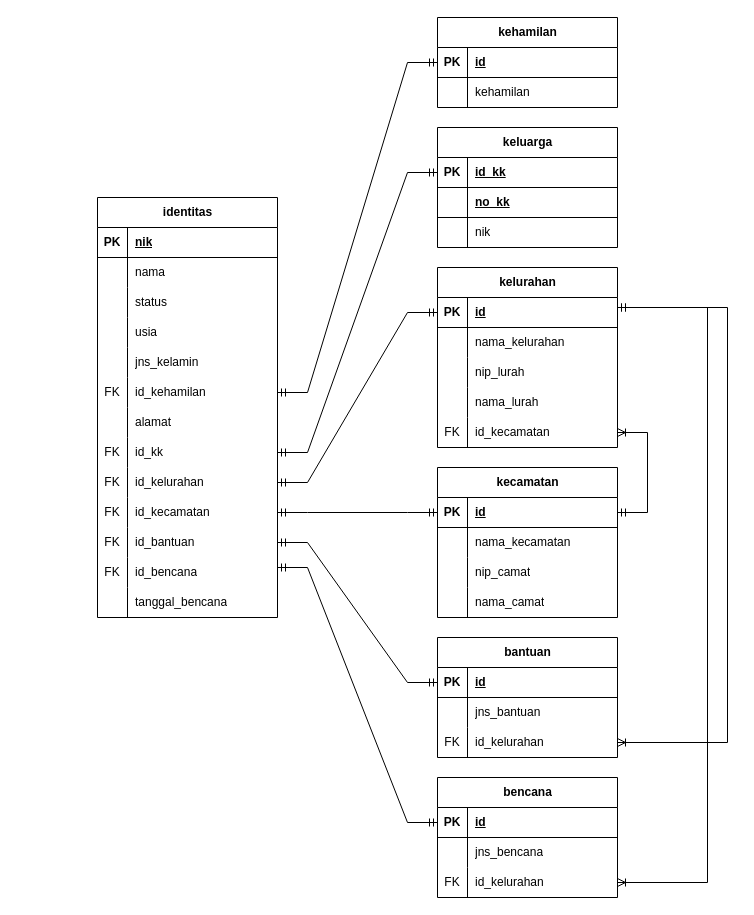
The draw.io diagram Dokumen Dasar/ERD.drawio in febrizuladhari/SuratBencana_TAGANA-Linjamsos-DinasSosial-MSIB6, before the edit. Source tidied: cells renumbered, new cells numbered last; positions are measured from the earlier drawing's top-left corner, leaving out a move shared by most shapes. Both pictures are drawn from the tidied source at 100%, with x=0, y=0 at pixel (97, 17).
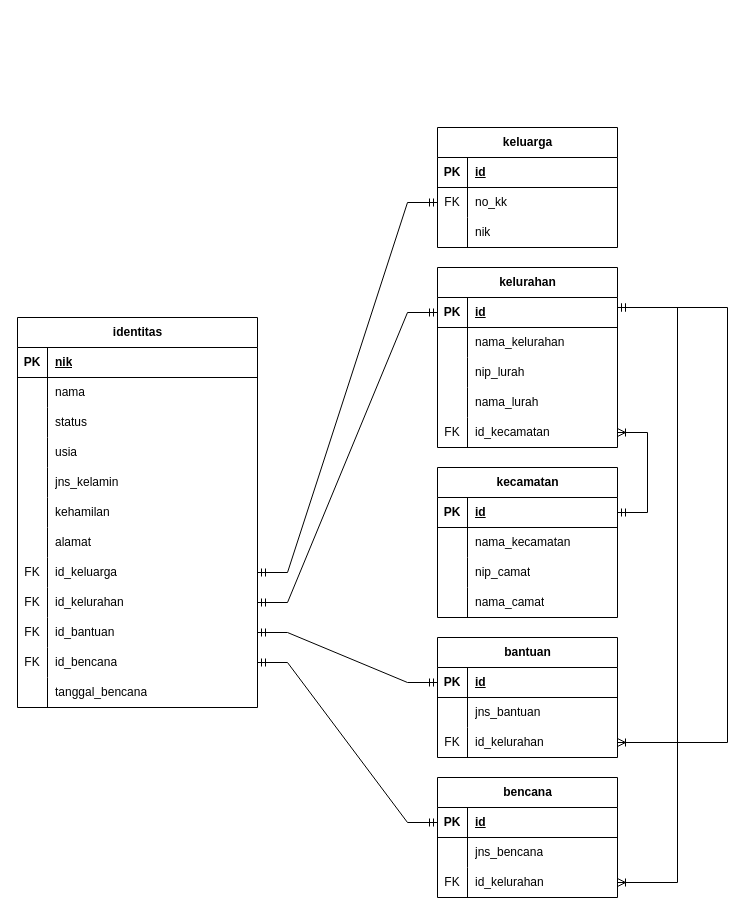
Above is the later version.

Unchanged cells that the change refers to:
```xml
<mxCell id="66" style="shape=tableRow;horizontal=0;startSize=0;swimlaneHead=0;swimlaneBody=0;fillColor=none;points=[[0,0.5],[1,0.5]];portConstraint=eastwest;top=0;left=0;right=0;bottom=1;" parent="65" vertex="1">
  <mxGeometry y="30" width="180" height="30" as="geometry" />
</mxCell>
<mxCell id="94" value="keluarga" style="shape=table;startSize=30;childLayout=tableLayout;rowLines=0;fontStyle=1;align=center;html=1;" parent="1" vertex="1">
  <mxGeometry x="340" y="110" width="180" height="120" as="geometry" />
</mxCell>
<mxCell id="95" style="shape=tableRow;horizontal=0;startSize=0;swimlaneHead=0;swimlaneBody=0;fillColor=none;points=[[0,0.5],[1,0.5]];portConstraint=eastwest;top=0;left=0;right=0;bottom=1;" parent="94" vertex="1">
  <mxGeometry y="30" width="180" height="30" as="geometry" />
</mxCell>
<mxCell id="105" value="bencana" style="shape=table;startSize=30;childLayout=tableLayout;rowLines=0;fontStyle=1;align=center;html=1;" parent="1" vertex="1">
  <mxGeometry x="340" y="760" width="180" height="120" as="geometry" />
</mxCell>
<mxCell id="106" style="shape=tableRow;horizontal=0;startSize=0;swimlaneHead=0;swimlaneBody=0;fillColor=none;points=[[0,0.5],[1,0.5]];portConstraint=eastwest;top=0;left=0;right=0;bottom=1;" parent="105" vertex="1">
  <mxGeometry y="30" width="180" height="30" as="geometry" />
</mxCell>
```

Diff of the diagram source:
```diff
@@
     <mxCell id="2" value="identitas" style="shape=table;startSize=30;childLayout=tableLayout;rowLines=0;fontStyle=1;align=center;html=1;" parent="1" vertex="1">
-      <mxGeometry y="180" width="180" height="420" as="geometry" />
+      <mxGeometry x="-80" y="300" width="240" height="390" as="geometry" />
     </mxCell>
     <mxCell id="3" style="shape=tableRow;horizontal=0;startSize=0;swimlaneHead=0;swimlaneBody=0;fillColor=none;top=0;left=0;right=0;bottom=1;" parent="2" vertex="1">
-      <mxGeometry y="30" width="180" height="30" as="geometry" />
+      <mxGeometry y="30" width="240" height="30" as="geometry" />
     </mxCell>
@@
     <mxCell id="5" value="nik" style="shape=partialRectangle;fillColor=none;top=0;left=0;bottom=0;right=0;align=left;spacingLeft=6;fontStyle=5;overflow=hidden;whiteSpace=wrap;html=1;" parent="3" vertex="1">
-      <mxGeometry x="30" width="150" height="30" as="geometry" />
+      <mxGeometry x="30" width="210" height="30" as="geometry" />
     </mxCell>
     <mxCell id="6" style="shape=tableRow;horizontal=0;startSize=0;swimlaneHead=0;swimlaneBody=0;fillColor=none;top=0;left=0;right=0;bottom=0;" parent="2" vertex="1">
-      <mxGeometry y="60" width="180" height="30" as="geometry" />
+      <mxGeometry y="60" width="240" height="30" as="geometry" />
     </mxCell>
@@
     <mxCell id="8" value="nama" style="shape=partialRectangle;fillColor=none;top=0;left=0;bottom=0;right=0;align=left;spacingLeft=6;overflow=hidden;whiteSpace=wrap;html=1;" parent="6" vertex="1">
-      <mxGeometry x="30" width="150" height="30" as="geometry" />
+      <mxGeometry x="30" width="210" height="30" as="geometry" />
     </mxCell>
     <mxCell id="9" style="shape=tableRow;horizontal=0;startSize=0;swimlaneHead=0;swimlaneBody=0;fillColor=none;top=0;left=0;right=0;bottom=0;" parent="2" vertex="1">
-      <mxGeometry y="90" width="180" height="30" as="geometry" />
+      <mxGeometry y="90" width="240" height="30" as="geometry" />
     </mxCell>
@@
     <mxCell id="11" value="status" style="shape=partialRectangle;fillColor=none;top=0;left=0;bottom=0;right=0;align=left;spacingLeft=6;overflow=hidden;whiteSpace=wrap;html=1;" parent="9" vertex="1">
-      <mxGeometry x="30" width="150" height="30" as="geometry" />
+      <mxGeometry x="30" width="210" height="30" as="geometry" />
     </mxCell>
     <mxCell id="12" style="shape=tableRow;horizontal=0;startSize=0;swimlaneHead=0;swimlaneBody=0;fillColor=none;top=0;left=0;right=0;bottom=0;" parent="2" vertex="1">
-      <mxGeometry y="120" width="180" height="30" as="geometry" />
+      <mxGeometry y="120" width="240" height="30" as="geometry" />
     </mxCell>
@@
     <mxCell id="14" value="usia" style="shape=partialRectangle;fillColor=none;top=0;left=0;bottom=0;right=0;align=left;spacingLeft=6;overflow=hidden;whiteSpace=wrap;html=1;" parent="12" vertex="1">
-      <mxGeometry x="30" width="150" height="30" as="geometry" />
+      <mxGeometry x="30" width="210" height="30" as="geometry" />
     </mxCell>
     <mxCell id="15" style="shape=tableRow;horizontal=0;startSize=0;swimlaneHead=0;swimlaneBody=0;fillColor=none;top=0;left=0;right=0;bottom=0;" parent="2" vertex="1">
-      <mxGeometry y="150" width="180" height="30" as="geometry" />
+      <mxGeometry y="150" width="240" height="30" as="geometry" />
     </mxCell>
@@
     <mxCell id="17" value="jns_kelamin" style="shape=partialRectangle;fillColor=none;top=0;left=0;bottom=0;right=0;align=left;spacingLeft=6;overflow=hidden;whiteSpace=wrap;html=1;" parent="15" vertex="1">
-      <mxGeometry x="30" width="150" height="30" as="geometry" />
+      <mxGeometry x="30" width="210" height="30" as="geometry" />
     </mxCell>
     <mxCell id="18" style="shape=tableRow;horizontal=0;startSize=0;swimlaneHead=0;swimlaneBody=0;fillColor=none;points=[[0,0.5],[1,0.5]];portConstraint=eastwest;top=0;left=0;right=0;bottom=0;" parent="2" vertex="1">
-      <mxGeometry y="180" width="180" height="30" as="geometry" />
+      <mxGeometry y="180" width="240" height="30" as="geometry" />
     </mxCell>
-    <mxCell id="19" value="FK" style="shape=partialRectangle;fillColor=none;top=0;left=0;bottom=0;right=0;overflow=hidden;whiteSpace=wrap;html=1;" parent="18" vertex="1">
+    <mxCell id="19" style="shape=partialRectangle;fillColor=none;top=0;left=0;bottom=0;right=0;overflow=hidden;whiteSpace=wrap;html=1;" parent="18" vertex="1">
       <mxGeometry width="30" height="30" as="geometry" />
     </mxCell>
-    <mxCell id="20" value="id_kehamilan" style="shape=partialRectangle;fillColor=none;top=0;left=0;bottom=0;right=0;align=left;spacingLeft=6;overflow=hidden;whiteSpace=wrap;html=1;" parent="18" vertex="1">
-      <mxGeometry x="30" width="150" height="30" as="geometry" />
+    <mxCell id="20" value="kehamilan" style="shape=partialRectangle;fillColor=none;top=0;left=0;bottom=0;right=0;align=left;spacingLeft=6;overflow=hidden;whiteSpace=wrap;html=1;" parent="18" vertex="1">
+      <mxGeometry x="30" width="210" height="30" as="geometry" />
     </mxCell>
     <mxCell id="21" style="shape=tableRow;horizontal=0;startSize=0;swimlaneHead=0;swimlaneBody=0;fillColor=none;top=0;left=0;right=0;bottom=0;" parent="2" vertex="1">
-      <mxGeometry y="210" width="180" height="30" as="geometry" />
+      <mxGeometry y="210" width="240" height="30" as="geometry" />
     </mxCell>
@@
     <mxCell id="23" value="alamat" style="shape=partialRectangle;fillColor=none;top=0;left=0;bottom=0;right=0;align=left;spacingLeft=6;overflow=hidden;whiteSpace=wrap;html=1;" parent="21" vertex="1">
-      <mxGeometry x="30" width="150" height="30" as="geometry" />
+      <mxGeometry x="30" width="210" height="30" as="geometry" />
     </mxCell>
     <mxCell id="24" style="shape=tableRow;horizontal=0;startSize=0;swimlaneHead=0;swimlaneBody=0;fillColor=none;points=[[0,0.5],[1,0.5]];portConstraint=eastwest;top=0;left=0;right=0;bottom=0;" parent="2" vertex="1">
-      <mxGeometry y="240" width="180" height="30" as="geometry" />
+      <mxGeometry y="240" width="240" height="30" as="geometry" />
     </mxCell>
@@
-    <mxCell id="26" value="id_kk" style="shape=partialRectangle;fillColor=none;top=0;left=0;bottom=0;right=0;align=left;spacingLeft=6;overflow=hidden;whiteSpace=wrap;html=1;" parent="24" vertex="1">
-      <mxGeometry x="30" width="150" height="30" as="geometry" />
+    <mxCell id="26" value="id_keluarga" style="shape=partialRectangle;fillColor=none;top=0;left=0;bottom=0;right=0;align=left;spacingLeft=6;overflow=hidden;whiteSpace=wrap;html=1;" parent="24" vertex="1">
+      <mxGeometry x="30" width="210" height="30" as="geometry" />
     </mxCell>
     <mxCell id="27" style="shape=tableRow;horizontal=0;startSize=0;swimlaneHead=0;swimlaneBody=0;fillColor=none;points=[[0,0.5],[1,0.5]];portConstraint=eastwest;top=0;left=0;right=0;bottom=0;" parent="2" vertex="1">
-      <mxGeometry y="270" width="180" height="30" as="geometry" />
+      <mxGeometry y="270" width="240" height="30" as="geometry" />
     </mxCell>
@@
     <mxCell id="29" value="id_kelurahan" style="shape=partialRectangle;fillColor=none;top=0;left=0;bottom=0;right=0;align=left;spacingLeft=6;overflow=hidden;whiteSpace=wrap;html=1;" parent="27" vertex="1">
-      <mxGeometry x="30" width="150" height="30" as="geometry" />
+      <mxGeometry x="30" width="210" height="30" as="geometry" />
     </mxCell>
-    <mxCell id="30" style="shape=tableRow;horizontal=0;startSize=0;swimlaneHead=0;swimlaneBody=0;fillColor=none;points=[[0,0.5],[1,0.5]];portConstraint=eastwest;top=0;left=0;right=0;bottom=0;" parent="2" vertex="1">
-      <mxGeometry y="300" width="180" height="30" as="geometry" />
-    </mxCell>
-    <mxCell id="31" value="FK" style="shape=partialRectangle;fillColor=none;top=0;left=0;bottom=0;right=0;overflow=hidden;whiteSpace=wrap;html=1;" parent="30" vertex="1">
-      <mxGeometry width="30" height="30" as="geometry" />
-    </mxCell>
-    <mxCell id="32" value="id_kecamatan" style="shape=partialRectangle;fillColor=none;top=0;left=0;bottom=0;right=0;align=left;spacingLeft=6;overflow=hidden;whiteSpace=wrap;html=1;" parent="30" vertex="1">
-      <mxGeometry x="30" width="150" height="30" as="geometry" />
-    </mxCell>
     <mxCell id="33" style="shape=tableRow;horizontal=0;startSize=0;swimlaneHead=0;swimlaneBody=0;fillColor=none;points=[[0,0.5],[1,0.5]];portConstraint=eastwest;top=0;left=0;right=0;bottom=0;" parent="2" vertex="1">
-      <mxGeometry y="330" width="180" height="30" as="geometry" />
+      <mxGeometry y="300" width="240" height="30" as="geometry" />
     </mxCell>
@@
     <mxCell id="35" value="id_bantuan" style="shape=partialRectangle;fillColor=none;top=0;left=0;bottom=0;right=0;align=left;spacingLeft=6;overflow=hidden;whiteSpace=wrap;html=1;" parent="33" vertex="1">
-      <mxGeometry x="30" width="150" height="30" as="geometry" />
+      <mxGeometry x="30" width="210" height="30" as="geometry" />
     </mxCell>
     <mxCell id="36" style="shape=tableRow;horizontal=0;startSize=0;swimlaneHead=0;swimlaneBody=0;fillColor=none;points=[[0,0.5],[1,0.5]];portConstraint=eastwest;top=0;left=0;right=0;bottom=0;" parent="2" vertex="1">
-      <mxGeometry y="360" width="180" height="30" as="geometry" />
+      <mxGeometry y="330" width="240" height="30" as="geometry" />
     </mxCell>
@@
     <mxCell id="38" value="id_bencana" style="shape=partialRectangle;fillColor=none;top=0;left=0;bottom=0;right=0;align=left;spacingLeft=6;overflow=hidden;whiteSpace=wrap;html=1;" parent="36" vertex="1">
-      <mxGeometry x="30" width="150" height="30" as="geometry" />
+      <mxGeometry x="30" width="210" height="30" as="geometry" />
     </mxCell>
     <mxCell id="39" style="shape=tableRow;horizontal=0;startSize=0;swimlaneHead=0;swimlaneBody=0;fillColor=none;top=0;left=0;right=0;bottom=0;" parent="2" vertex="1">
-      <mxGeometry y="390" width="180" height="30" as="geometry" />
+      <mxGeometry y="360" width="240" height="30" as="geometry" />
     </mxCell>
@@
     <mxCell id="41" value="tanggal_bencana" style="shape=partialRectangle;fillColor=none;top=0;left=0;bottom=0;right=0;align=left;spacingLeft=6;overflow=hidden;whiteSpace=wrap;html=1;" parent="39" vertex="1">
-      <mxGeometry x="30" width="150" height="30" as="geometry" />
+      <mxGeometry x="30" width="210" height="30" as="geometry" />
     </mxCell>
-    <mxCell id="42" value="kehamilan" style="shape=table;startSize=30;childLayout=tableLayout;rowLines=0;fontStyle=1;align=center;html=1;" parent="1" vertex="1">
-      <mxGeometry x="340" width="180" height="90" as="geometry" />
-    </mxCell>
-    <mxCell id="43" style="shape=tableRow;horizontal=0;startSize=0;swimlaneHead=0;swimlaneBody=0;fillColor=none;points=[[0,0.5],[1,0.5]];portConstraint=eastwest;top=0;left=0;right=0;bottom=1;" parent="42" vertex="1">
-      <mxGeometry y="30" width="180" height="30" as="geometry" />
-    </mxCell>
-    <mxCell id="44" value="PK" style="shape=partialRectangle;fillColor=none;top=0;left=0;bottom=0;right=0;fontStyle=1;overflow=hidden;whiteSpace=wrap;html=1;" parent="43" vertex="1">
-      <mxGeometry width="30" height="30" as="geometry" />
-    </mxCell>
-    <mxCell id="45" value="id" style="shape=partialRectangle;fillColor=none;top=0;left=0;bottom=0;right=0;align=left;spacingLeft=6;fontStyle=5;overflow=hidden;whiteSpace=wrap;html=1;" parent="43" vertex="1">
-      <mxGeometry x="30" width="150" height="30" as="geometry" />
-    </mxCell>
-    <mxCell id="46" style="shape=tableRow;horizontal=0;startSize=0;swimlaneHead=0;swimlaneBody=0;fillColor=none;top=0;left=0;right=0;bottom=0;" parent="42" vertex="1">
-      <mxGeometry y="60" width="180" height="30" as="geometry" />
-    </mxCell>
-    <mxCell id="47" style="shape=partialRectangle;fillColor=none;top=0;left=0;bottom=0;right=0;overflow=hidden;whiteSpace=wrap;html=1;" parent="46" vertex="1">
-      <mxGeometry width="30" height="30" as="geometry" />
-    </mxCell>
-    <mxCell id="48" value="kehamilan" style="shape=partialRectangle;fillColor=none;top=0;left=0;bottom=0;right=0;align=left;spacingLeft=6;overflow=hidden;whiteSpace=wrap;html=1;" parent="46" vertex="1">
-      <mxGeometry x="30" width="150" height="30" as="geometry" />
-    </mxCell>
@@
-    <mxCell id="88" style="edgeStyle=entityRelationEdgeStyle;fontSize=12;html=1;endArrow=ERmandOne;startArrow=ERmandOne;rounded=0;exitX=1;exitY=0.5;exitDx=0;exitDy=0;entryX=0;entryY=0.5;entryDx=0;entryDy=0;" parent="1" edge="1" source="18" target="43">
-      <mxGeometry relative="1" as="geometry" />
-    </mxCell>
@@
-    <mxCell id="90" style="edgeStyle=entityRelationEdgeStyle;fontSize=12;html=1;endArrow=ERmandOne;startArrow=ERmandOne;rounded=0;exitX=1;exitY=0.5;exitDx=0;exitDy=0;entryX=0;entryY=0.5;entryDx=0;entryDy=0;" parent="1" edge="1" source="30" target="66">
-      <mxGeometry relative="1" as="geometry" />
-    </mxCell>
@@
-    <mxCell id="97" value="id_kk" style="shape=partialRectangle;fillColor=none;top=0;left=0;bottom=0;right=0;align=left;spacingLeft=6;fontStyle=5;overflow=hidden;whiteSpace=wrap;html=1;" parent="95" vertex="1">
+    <mxCell id="97" value="id" style="shape=partialRectangle;fillColor=none;top=0;left=0;bottom=0;right=0;align=left;spacingLeft=6;fontStyle=5;overflow=hidden;whiteSpace=wrap;html=1;" parent="95" vertex="1">
       <mxGeometry x="30" width="150" height="30" as="geometry" />
     </mxCell>
-    <mxCell id="98" style="shape=tableRow;horizontal=0;startSize=0;swimlaneHead=0;swimlaneBody=0;fillColor=none;top=0;left=0;right=0;bottom=1;" parent="94" vertex="1">
-      <mxGeometry y="60" width="180" height="30" as="geometry" />
-    </mxCell>
-    <mxCell id="99" style="shape=partialRectangle;fillColor=none;top=0;left=0;bottom=0;right=0;fontStyle=1;overflow=hidden;whiteSpace=wrap;html=1;" parent="98" vertex="1">
-      <mxGeometry width="30" height="30" as="geometry" />
-    </mxCell>
-    <mxCell id="100" value="no_kk" style="shape=partialRectangle;fillColor=none;top=0;left=0;bottom=0;right=0;align=left;spacingLeft=6;fontStyle=5;overflow=hidden;whiteSpace=wrap;html=1;" parent="98" vertex="1">
-      <mxGeometry x="30" width="150" height="30" as="geometry" />
-    </mxCell>
     <mxCell id="101" style="shape=tableRow;horizontal=0;startSize=0;swimlaneHead=0;swimlaneBody=0;fillColor=none;points=[[0,0.5],[1,0.5]];portConstraint=eastwest;top=0;left=0;right=0;bottom=0;" parent="94" vertex="1">
-      <mxGeometry y="90" width="180" height="30" as="geometry" />
+      <mxGeometry y="60" width="180" height="30" as="geometry" />
     </mxCell>
-    <mxCell id="102" style="shape=partialRectangle;fillColor=none;top=0;left=0;bottom=0;right=0;overflow=hidden;whiteSpace=wrap;html=1;" parent="101" vertex="1">
+    <mxCell id="102" value="FK" style="shape=partialRectangle;fillColor=none;top=0;left=0;bottom=0;right=0;overflow=hidden;whiteSpace=wrap;html=1;" parent="101" vertex="1">
       <mxGeometry width="30" height="30" as="geometry" />
     </mxCell>
-    <mxCell id="103" value="nik" style="shape=partialRectangle;fillColor=none;top=0;left=0;bottom=0;right=0;align=left;spacingLeft=6;overflow=hidden;whiteSpace=wrap;html=1;" parent="101" vertex="1">
+    <mxCell id="103" value="no_kk" style="shape=partialRectangle;fillColor=none;top=0;left=0;bottom=0;right=0;align=left;spacingLeft=6;overflow=hidden;whiteSpace=wrap;html=1;" parent="101" vertex="1">
       <mxGeometry x="30" width="150" height="30" as="geometry" />
     </mxCell>
+    <mxCell id="117" style="shape=tableRow;horizontal=0;startSize=0;swimlaneHead=0;swimlaneBody=0;fillColor=none;top=0;left=0;right=0;bottom=0;" parent="94" vertex="1">
+      <mxGeometry y="90" width="180" height="30" as="geometry" />
+    </mxCell>
+    <mxCell id="47" style="shape=partialRectangle;fillColor=none;top=0;left=0;bottom=0;right=0;overflow=hidden;whiteSpace=wrap;html=1;" parent="117" vertex="1">
+      <mxGeometry width="30" height="30" as="geometry" />
+    </mxCell>
+    <mxCell id="118" value="nik" style="shape=partialRectangle;fillColor=none;top=0;left=0;bottom=0;right=0;align=left;spacingLeft=6;overflow=hidden;whiteSpace=wrap;html=1;" parent="117" vertex="1">
+      <mxGeometry x="30" width="150" height="30" as="geometry" />
+    </mxCell>
-    <mxCell id="104" style="edgeStyle=entityRelationEdgeStyle;fontSize=12;html=1;endArrow=ERmandOne;startArrow=ERmandOne;rounded=0;exitX=0;exitY=0.5;exitDx=0;exitDy=0;entryX=1;entryY=0.5;entryDx=0;entryDy=0;endFill=0;startFill=0;" parent="1" edge="1" source="95" target="24">
+    <mxCell id="104" style="edgeStyle=entityRelationEdgeStyle;fontSize=12;html=1;endArrow=ERmandOne;startArrow=ERmandOne;rounded=0;exitX=0;exitY=0.5;exitDx=0;exitDy=0;entryX=1;entryY=0.5;entryDx=0;entryDy=0;endFill=0;startFill=0;" parent="1" edge="1" source="101" target="24">
       <mxGeometry relative="1" as="geometry" />
     </mxCell>
@@
-    <mxCell id="112" style="shape=tableRow;horizontal=0;startSize=0;swimlaneHead=0;swimlaneBody=0;fillColor=none;points=[[0,0.5],[1,0.5]];portConstraint=eastwest;top=0;left=0;right=0;bottom=0;" parent="105" vertex="1">
-      <mxGeometry y="90" width="180" height="30" as="geometry" />
-    </mxCell>
-    <mxCell id="113" value="FK" style="shape=partialRectangle;fillColor=none;top=0;left=0;bottom=0;right=0;overflow=hidden;whiteSpace=wrap;html=1;" parent="112" vertex="1">
-      <mxGeometry width="30" height="30" as="geometry" />
-    </mxCell>
+    <mxCell id="119" style="shape=tableRow;horizontal=0;startSize=0;swimlaneHead=0;swimlaneBody=0;fillColor=none;points=[[0,0.5],[1,0.5]];portConstraint=eastwest;top=0;left=0;right=0;bottom=0;" parent="105" vertex="1">
+      <mxGeometry y="90" width="180" height="30" as="geometry" />
+    </mxCell>
+    <mxCell id="120" value="FK" style="shape=partialRectangle;fillColor=none;top=0;left=0;bottom=0;right=0;overflow=hidden;whiteSpace=wrap;html=1;" parent="119" vertex="1">
+      <mxGeometry width="30" height="30" as="geometry" />
+    </mxCell>
-    <mxCell id="114" value="id_kelurahan" style="shape=partialRectangle;fillColor=none;top=0;left=0;bottom=0;right=0;align=left;spacingLeft=6;overflow=hidden;whiteSpace=wrap;html=1;" parent="112" vertex="1">
+    <mxCell id="114" value="id_kelurahan" style="shape=partialRectangle;fillColor=none;top=0;left=0;bottom=0;right=0;align=left;spacingLeft=6;overflow=hidden;whiteSpace=wrap;html=1;" parent="119" vertex="1">
       <mxGeometry x="30" width="150" height="30" as="geometry" />
     </mxCell>
-    <mxCell id="115" style="edgeStyle=orthogonalEdgeStyle;fontSize=12;html=1;endArrow=ERmandOne;startArrow=ERoneToMany;rounded=0;endFill=0;startFill=0;exitX=1;exitY=0.5;exitDx=0;exitDy=0;" parent="1" edge="1" source="112">
+    <mxCell id="115" style="edgeStyle=orthogonalEdgeStyle;fontSize=12;html=1;endArrow=ERmandOne;startArrow=ERoneToMany;rounded=0;endFill=0;startFill=0;exitX=1;exitY=0.5;exitDx=0;exitDy=0;" parent="1" edge="1" source="119">
       <mxGeometry relative="1" as="geometry">
         <mxPoint x="520" y="290" as="targetPoint" />
         <Array as="points">
-          <mxPoint x="610" y="865" />
-          <mxPoint x="610" y="290" />
-          <mxPoint x="520" y="290" />
+          <mxPoint x="580" y="865" />
+          <mxPoint x="580" y="290" />
         </Array>
       </mxGeometry>
     </mxCell>
-    <mxCell id="116" style="edgeStyle=entityRelationEdgeStyle;fontSize=12;html=1;endArrow=ERmandOne;startArrow=ERmandOne;rounded=0;exitX=1;exitY=0.5;exitDx=0;exitDy=0;entryX=0;entryY=0.5;entryDx=0;entryDy=0;" parent="1" edge="1" target="106">
+    <mxCell id="116" style="edgeStyle=entityRelationEdgeStyle;fontSize=12;html=1;endArrow=ERmandOne;startArrow=ERmandOne;rounded=0;exitX=1;exitY=0.5;exitDx=0;exitDy=0;entryX=0;entryY=0.5;entryDx=0;entryDy=0;" parent="1" edge="1" source="36" target="106">
       <mxGeometry relative="1" as="geometry">
-        <mxPoint x="180" y="550" as="sourcePoint" />
         <Array as="points">
           <mxPoint x="280" y="820" />
         </Array>
       </mxGeometry>
     </mxCell>
```
